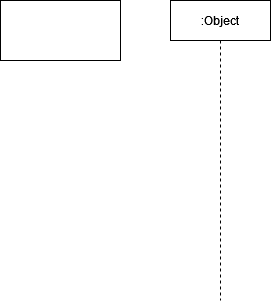
Before: AddContactToFdnList.drawio.png, a diagram exported from draw.io (Bkingreturn/PicGallery). Source tidied: cells renumbered, new cells last; positions are measured from the earlier drawing's top-left corner, leaving out a move shared by most shapes.
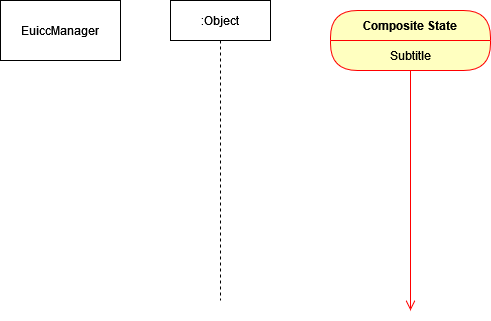
After the change.

What changed in the source:
```diff
@@ -2,11 +2,22 @@
   <root>
     <mxCell id="0" />
     <mxCell id="1" parent="0" />
-    <mxCell id="2" style="rounded=0;whiteSpace=wrap;html=1;" parent="1" vertex="1">
+    <mxCell id="2" value="EuiccManager" style="rounded=0;whiteSpace=wrap;html=1;" parent="1" vertex="1">
       <mxGeometry width="120" height="60" as="geometry" />
     </mxCell>
     <mxCell id="3" value=":Object" style="shape=umlLifeline;perimeter=lifelinePerimeter;whiteSpace=wrap;html=1;newEdgeStyle={&quot;curved&quot;:0,&quot;rounded&quot;:0};" parent="1" vertex="1">
       <mxGeometry x="170" width="100" height="300" as="geometry" />
     </mxCell>
+    <mxCell id="4" value="Composite State" style="swimlane;fontStyle=1;align=center;verticalAlign=middle;horizontal=1;startSize=30;fontColor=#000000;rounded=1;arcSize=30;strokeColor=#ff0000;fillColor=#ffffc0;swimlaneFillColor=#ffffc0;" parent="1" vertex="1">
+      <mxGeometry x="330" y="10" width="160" height="60" as="geometry" />
+    </mxCell>
+    <mxCell id="5" value="Subtitle" style="text;html=1;strokeColor=none;fillColor=none;align=center;verticalAlign=middle;spacingLeft=4;spacingRight=4;whiteSpace=wrap;overflow=hidden;fontColor=#000000;" parent="4" vertex="1">
+      <mxGeometry y="30" width="160" height="30" as="geometry" />
+    </mxCell>
+    <mxCell id="6" style="edgeStyle=orthogonalEdgeStyle;html=1;verticalAlign=bottom;endArrow=open;endSize=8;strokeColor=#ff0000;rounded=0;" parent="1" edge="1" source="4">
+      <mxGeometry relative="1" as="geometry">
+        <mxPoint x="410" y="310" as="targetPoint" />
+      </mxGeometry>
+    </mxCell>
   </root>
 </mxGraphModel>
```
